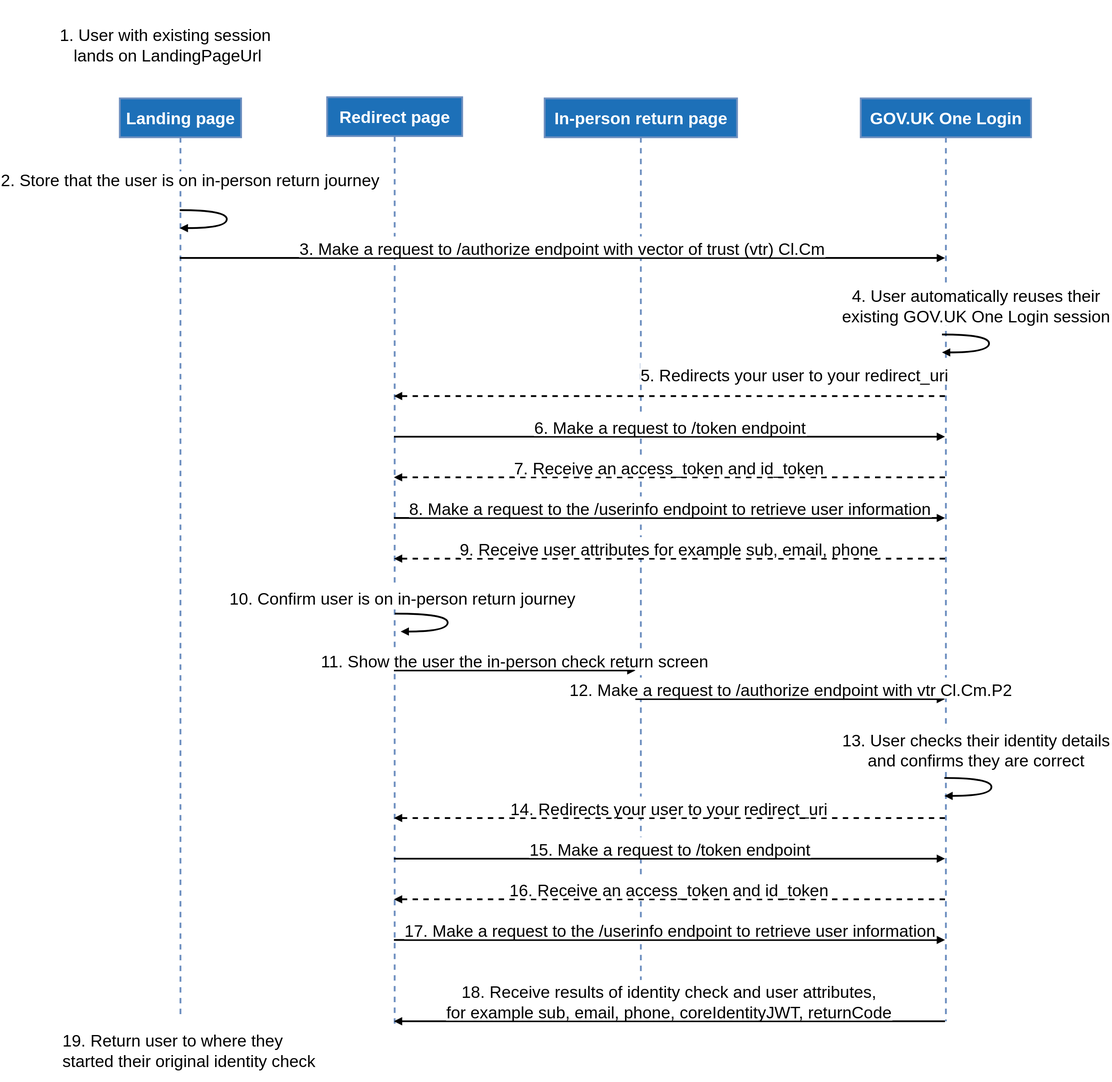
This is source/images/in-person-flow-diagram.drawio.svg from govuk-one-login/tech-docs, a draw.io export, as it was before one commit. Source tidied: cells renumbered, new cells last; positions are measured from the earlier drawing's top-left corner, leaving out a move shared by most shapes.
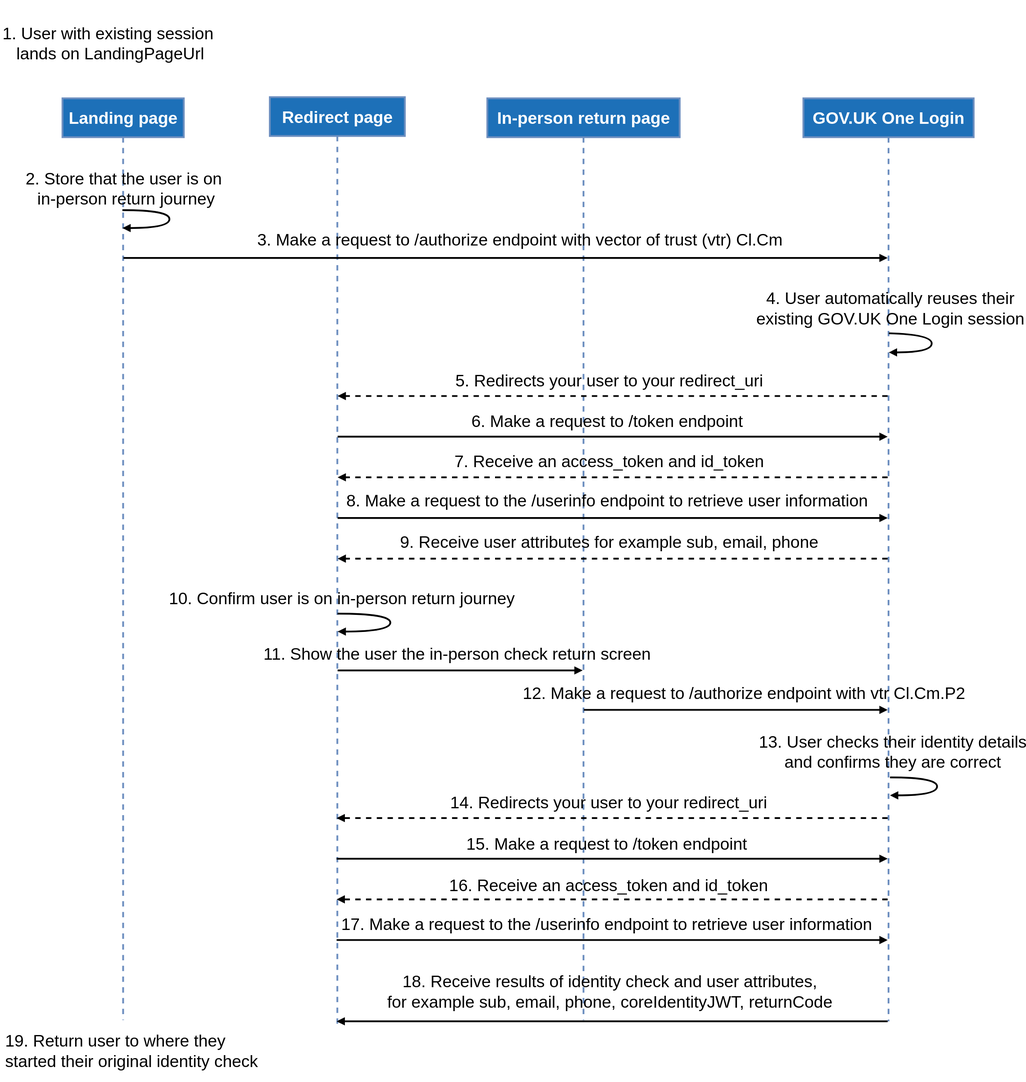
Above is the later version.

Commit message:
Update in person flow source so that when an SVG is generated it displays correctly in both dark and light modes Update in person flow to version that displays correctly in both dark and light mode.

Diff of the diagram source:
```diff
@@ -16,3 +16,3 @@
     </mxCell>
-    <mxCell id="6" style="curved=1;endArrow=block;rounded=0;fontSize=28;strokeWidth=3;" parent="1" edge="1">
+    <mxCell id="6" style="curved=1;endArrow=block;rounded=0;fontSize=28;strokeWidth=3;labelBackgroundColor=none;html=1;fontColor=light-dark(#000000,#000000);strokeColor=#000000;" parent="1" edge="1">
       <mxGeometry x="1" y="200" relative="1" as="geometry">
@@ -27,6 +27,9 @@
     </mxCell>
+    <mxCell id="29" value="&lt;span style=&quot;font-size: 28px;&quot;&gt;&lt;font style=&quot;color: rgb(0, 0, 0);&quot;&gt;2. Store that the user is on&lt;/font&gt;&lt;/span&gt;&lt;div&gt;&lt;span style=&quot;font-size: 28px;&quot;&gt;&lt;font style=&quot;color: rgb(0, 0, 0);&quot;&gt;&amp;nbsp;in-&lt;span&gt;person&lt;/span&gt; return journey&lt;/font&gt;&lt;/span&gt;&lt;/div&gt;" style="edgeLabel;html=1;align=center;verticalAlign=middle;labelBackgroundColor=none;convertToSvg=0;" parent="6" vertex="1">
+      <mxGeometry x="-0.37" relative="1" as="geometry">
+        <mxPoint x="-58" y="-37" as="offset" />
+      </mxGeometry>
+    </mxCell>
-    <mxCell id="7" value="3. Make a request to /authorize endpoint with vector of trust (vtr) Cl.Cm" style="verticalAlign=bottom;edgeStyle=elbowEdgeStyle;elbow=vertical;curved=0;rounded=0;endArrow=block;fontSize=28;strokeWidth=3;" parent="1" edge="1">
-      <mxGeometry relative="1" as="geometry">
-        <mxPoint x="301.3" y="431" as="sourcePoint" />
-        <mxPoint x="1582" y="431" as="targetPoint" />
+    <mxCell id="7" value="&lt;span&gt;3. Make a request to /authorize endpoint with vector of trust (vtr) Cl.Cm&lt;/span&gt;" style="verticalAlign=bottom;edgeStyle=elbowEdgeStyle;elbow=vertical;curved=0;rounded=0;endArrow=block;fontSize=28;strokeWidth=3;fillColor=none;labelBackgroundColor=none;html=1;convertToSvg=0;fontColor=#000000;strokeColor=#000000;" parent="1" edge="1" source="2" target="5">
+      <mxGeometry x="0.04" y="11" relative="1" as="geometry">
         <Array as="points">
@@ -36,16 +39,4 @@
     </mxCell>
-    <mxCell id="8" value="4. User automatically reuses their &#10;existing GOV.UK One Login session" style="curved=1;endArrow=block;rounded=0;fontSize=28;" parent="1" edge="1">
-      <mxGeometry x="0.01" relative="1" as="geometry">
-        <mxPoint x="1581.8" y="493" as="sourcePoint" />
-        <mxPoint x="1581.8" y="523" as="targetPoint" />
-        <Array as="points">
-          <mxPoint x="1634" y="493" />
-          <mxPoint x="1634" y="523" />
-        </Array>
-      </mxGeometry>
-    </mxCell>
-    <mxCell id="9" value="5. Redirects your user to your redirect_uri" style="verticalAlign=bottom;edgeStyle=elbowEdgeStyle;elbow=vertical;curved=0;rounded=0;endArrow=block;fontSize=28;strokeWidth=3;dashed=1;" parent="1" edge="1">
-      <mxGeometry x="-0.45" y="-20" relative="1" as="geometry">
-        <mxPoint x="1582" y="662" as="sourcePoint" />
-        <mxPoint x="659.8" y="662" as="targetPoint" />
+    <mxCell id="9" value="5. Redirects your user to your redirect_uri" style="verticalAlign=bottom;edgeStyle=elbowEdgeStyle;elbow=vertical;curved=0;rounded=0;endArrow=block;fontSize=28;strokeWidth=3;dashed=1;labelBackgroundColor=none;fontColor=#000000;strokeColor=#000000;" parent="1" edge="1" source="5" target="3">
+      <mxGeometry x="0.01" y="-11" relative="1" as="geometry">
         <Array as="points">
@@ -55,6 +46,4 @@
     </mxCell>
-    <mxCell id="10" value="6. Make a request to /token endpoint" style="verticalAlign=bottom;edgeStyle=elbowEdgeStyle;elbow=vertical;curved=0;rounded=0;endArrow=block;fontSize=28;strokeWidth=3;" parent="1" edge="1">
-      <mxGeometry relative="1" as="geometry">
-        <mxPoint x="659.8" y="730" as="sourcePoint" />
-        <mxPoint x="1582" y="730" as="targetPoint" />
+    <mxCell id="10" value="6. Make a request to /token endpoint" style="verticalAlign=bottom;edgeStyle=elbowEdgeStyle;elbow=vertical;curved=0;rounded=0;endArrow=block;fontSize=28;strokeWidth=3;labelBorderColor=none;labelBackgroundColor=none;fontColor=#000000;strokeColor=#000000;" parent="1" edge="1" source="3" target="5">
+      <mxGeometry x="-0.02" y="11" relative="1" as="geometry">
         <Array as="points">
@@ -64,6 +53,4 @@
     </mxCell>
-    <mxCell id="11" value="7. Receive an access_token and id_token" style="verticalAlign=bottom;edgeStyle=elbowEdgeStyle;elbow=vertical;curved=0;rounded=0;endArrow=block;fontSize=28;strokeWidth=3;dashed=1;" parent="1" edge="1">
-      <mxGeometry relative="1" as="geometry">
-        <mxPoint x="1582" y="798" as="sourcePoint" />
-        <mxPoint x="659.8" y="798" as="targetPoint" />
+    <mxCell id="11" value="7. Receive an access_token and id_token" style="verticalAlign=bottom;edgeStyle=elbowEdgeStyle;elbow=vertical;curved=0;rounded=0;endArrow=block;fontSize=28;strokeWidth=3;dashed=1;labelBackgroundColor=none;fontColor=#000000;strokeColor=#000000;" parent="1" edge="1" source="5" target="3">
+      <mxGeometry x="0.01" y="-12" relative="1" as="geometry">
         <Array as="points">
@@ -73,6 +60,4 @@
     </mxCell>
-    <mxCell id="12" value="8. Make a request to the /userinfo endpoint to retrieve user information" style="verticalAlign=bottom;edgeStyle=elbowEdgeStyle;elbow=horizontal;curved=0;rounded=0;endArrow=block;fontSize=28;strokeWidth=3;fontStyle=0;" parent="1" edge="1">
-      <mxGeometry relative="1" as="geometry">
-        <mxPoint x="659.8" y="866" as="sourcePoint" />
-        <mxPoint x="1582" y="866" as="targetPoint" />
+    <mxCell id="12" value="8. Make a request to the /userinfo endpoint to retrieve user information" style="verticalAlign=bottom;edgeStyle=elbowEdgeStyle;elbow=horizontal;curved=0;rounded=0;endArrow=block;fontSize=28;strokeWidth=3;fontStyle=0;labelBackgroundColor=none;fontColor=#000000;strokeColor=#000000;" parent="1" edge="1" source="3" target="5">
+      <mxGeometry x="-0.02" y="14" relative="1" as="geometry">
         <Array as="points">
@@ -82,6 +67,4 @@
     </mxCell>
-    <mxCell id="13" value="9. Receive user attributes for example sub, email, phone" style="verticalAlign=bottom;edgeStyle=elbowEdgeStyle;elbow=vertical;curved=0;rounded=0;endArrow=block;fontSize=28;strokeWidth=3;dashed=1;" parent="1" edge="1">
-      <mxGeometry relative="1" as="geometry">
-        <mxPoint x="1582" y="934" as="sourcePoint" />
-        <mxPoint x="659.8" y="934" as="targetPoint" />
+    <mxCell id="13" value="9. Receive user attributes for example sub, email, phone" style="verticalAlign=bottom;edgeStyle=elbowEdgeStyle;elbow=vertical;curved=0;rounded=0;endArrow=block;fontSize=28;strokeWidth=3;dashed=1;labelBackgroundColor=none;fontColor=#000000;strokeColor=#000000;" parent="1" edge="1" source="5" target="3">
+      <mxGeometry x="0.01" y="-13" relative="1" as="geometry">
         <Array as="points">
@@ -91,16 +74,4 @@
     </mxCell>
-    <mxCell id="14" value="10. Confirm user is on in-person return journey" style="curved=1;endArrow=block;rounded=0;fontSize=28;" parent="1" edge="1">
-      <mxGeometry relative="1" as="geometry">
-        <mxPoint x="659.8" y="982" as="sourcePoint" />
-        <mxPoint x="659.8" y="1012" as="targetPoint" />
-        <Array as="points">
-          <mxPoint x="674" y="982" />
-          <mxPoint x="674" y="1012" />
-        </Array>
-      </mxGeometry>
-    </mxCell>
-    <mxCell id="15" value="11. Show the user the in-person check return screen" style="verticalAlign=bottom;edgeStyle=elbowEdgeStyle;elbow=vertical;curved=0;rounded=0;endArrow=block;fontSize=28;strokeWidth=3;" parent="1" edge="1">
-      <mxGeometry relative="1" as="geometry">
-        <mxPoint x="659.8" y="1121" as="sourcePoint" />
-        <mxPoint x="1064" y="1121" as="targetPoint" />
+    <mxCell id="15" value="11. Show the user the in-person check return screen" style="verticalAlign=bottom;edgeStyle=elbowEdgeStyle;elbow=vertical;curved=0;rounded=0;endArrow=block;fontSize=28;strokeWidth=3;labelBackgroundColor=none;fontColor=#000000;strokeColor=#000000;" parent="1" edge="1" source="3" target="4">
+      <mxGeometry x="-0.02" y="13" relative="1" as="geometry">
         <Array as="points">
@@ -110,23 +81,14 @@
     </mxCell>
-    <mxCell id="16" value="12. Make a request to /authorize endpoint with vtr Cl.Cm.P2" style="verticalAlign=bottom;edgeStyle=elbowEdgeStyle;elbow=vertical;curved=0;rounded=0;endArrow=block;fontSize=28;strokeWidth=3;" parent="1" edge="1">
-      <mxGeometry relative="1" as="geometry">
-        <mxPoint x="1063.8" y="1169" as="sourcePoint" />
-        <mxPoint x="1582" y="1169" as="targetPoint" />
+    <mxCell id="16" value="12. Make a request to /authorize endpoint with vtr Cl.Cm.P2" style="verticalAlign=bottom;edgeStyle=elbowEdgeStyle;elbow=vertical;curved=0;rounded=0;endArrow=block;fontSize=28;strokeWidth=3;labelBackgroundColor=none;fontColor=#000000;strokeColor=#000000;" parent="1" edge="1">
+      <mxGeometry x="0.05" y="13" relative="1" as="geometry">
+        <mxPoint x="1073.5" y="1187" as="sourcePoint" />
+        <mxPoint x="1582" y="1187" as="targetPoint" />
         <Array as="points">
-          <mxPoint x="1335" y="1169" />
+          <mxPoint x="1344" y="1187" />
         </Array>
+        <mxPoint x="1" as="offset" />
       </mxGeometry>
     </mxCell>
-    <mxCell id="17" value="13. User checks their identity details&#10; and confirms they are correct" style="curved=1;endArrow=block;rounded=0;fontSize=28;strokeWidth=3;" parent="1" edge="1">
-      <mxGeometry relative="1" as="geometry">
-        <mxPoint x="1581.8" y="1236" as="sourcePoint" />
-        <mxPoint x="1581.8" y="1266" as="targetPoint" />
-        <Array as="points">
-          <mxPoint x="1634" y="1236" />
-          <mxPoint x="1634" y="1266" />
-        </Array>
-      </mxGeometry>
-    </mxCell>
-    <mxCell id="18" value="14. Redirects your user to your redirect_uri" style="verticalAlign=bottom;edgeStyle=elbowEdgeStyle;elbow=vertical;curved=0;rounded=0;endArrow=block;fontSize=28;strokeWidth=3;dashed=1;" parent="1" edge="1">
-      <mxGeometry relative="1" as="geometry">
+    <mxCell id="18" value="14. Redirects your user to your redirect_uri" style="verticalAlign=bottom;edgeStyle=elbowEdgeStyle;elbow=vertical;curved=0;rounded=0;endArrow=block;fontSize=28;strokeWidth=3;dashed=1;labelBackgroundColor=none;strokeColor=#000000;fontColor=#000000;" parent="1" edge="1">
+      <mxGeometry x="0.01" y="-11" relative="1" as="geometry">
         <mxPoint x="1582" y="1368" as="sourcePoint" />
@@ -138,4 +100,4 @@
     </mxCell>
-    <mxCell id="19" value="15. Make a request to /token endpoint" style="verticalAlign=bottom;edgeStyle=elbowEdgeStyle;elbow=vertical;curved=0;rounded=0;endArrow=block;fontSize=28;strokeWidth=3;" parent="1" edge="1">
-      <mxGeometry relative="1" as="geometry">
+    <mxCell id="19" value="15. Make a request to /token endpoint" style="verticalAlign=bottom;edgeStyle=elbowEdgeStyle;elbow=vertical;curved=0;rounded=0;endArrow=block;fontSize=28;strokeWidth=3;labelBackgroundColor=none;fontColor=#000000;strokeColor=#000000;" parent="1" edge="1">
+      <mxGeometry x="-0.02" y="10" relative="1" as="geometry">
         <mxPoint x="659.8" y="1436" as="sourcePoint" />
@@ -147,4 +109,4 @@
     </mxCell>
-    <mxCell id="20" value="16. Receive an access_token and id_token" style="verticalAlign=bottom;edgeStyle=elbowEdgeStyle;elbow=vertical;curved=0;rounded=0;endArrow=block;fontSize=28;strokeWidth=3;dashed=1;" parent="1" edge="1">
-      <mxGeometry relative="1" as="geometry">
+    <mxCell id="20" value="16. Receive an access_token and id_token" style="verticalAlign=bottom;edgeStyle=elbowEdgeStyle;elbow=vertical;curved=0;rounded=0;endArrow=block;fontSize=28;strokeWidth=3;dashed=1;labelBackgroundColor=none;strokeColor=#000000;fontColor=#000000;" parent="1" edge="1">
+      <mxGeometry x="0.01" y="-9" relative="1" as="geometry">
         <mxPoint x="1582" y="1504" as="sourcePoint" />
@@ -156,4 +118,4 @@
     </mxCell>
-    <mxCell id="21" value="17. Make a request to the /userinfo endpoint to retrieve user information" style="verticalAlign=bottom;edgeStyle=elbowEdgeStyle;elbow=vertical;curved=0;rounded=0;endArrow=block;fontSize=28;strokeWidth=3;" parent="1" edge="1">
-      <mxGeometry relative="1" as="geometry">
+    <mxCell id="21" value="17. Make a request to the /userinfo endpoint to retrieve user information" style="verticalAlign=bottom;edgeStyle=elbowEdgeStyle;elbow=vertical;curved=0;rounded=0;endArrow=block;fontSize=28;strokeWidth=3;labelBackgroundColor=none;fontColor=#000000;strokeColor=#000000;" parent="1" edge="1">
+      <mxGeometry x="-0.02" y="12" relative="1" as="geometry">
         <mxPoint x="659.8" y="1572" as="sourcePoint" />
@@ -165,4 +127,4 @@
     </mxCell>
-    <mxCell id="22" value="18. Receive results of identity check and user attributes,&#10; for example sub, email, phone, coreIdentityJWT, returnCode" style="verticalAlign=bottom;edgeStyle=elbowEdgeStyle;elbow=vertical;curved=0;rounded=0;endArrow=block;fontSize=28;strokeWidth=3;" parent="1" edge="1">
-      <mxGeometry relative="1" as="geometry">
+    <mxCell id="22" value="18. Receive results of identity check and user attributes,&#10; for example sub, email, phone, coreIdentityJWT, returnCode" style="verticalAlign=bottom;edgeStyle=elbowEdgeStyle;elbow=vertical;curved=0;rounded=0;endArrow=block;fontSize=28;strokeWidth=3;labelBackgroundColor=none;strokeColor=#000000;fontColor=#000000;" parent="1" edge="1">
+      <mxGeometry x="0.01" y="-18" relative="1" as="geometry">
         <mxPoint x="1582" y="1708" as="sourcePoint" />
@@ -174,15 +136,12 @@
     </mxCell>
-    <mxCell id="23" value="1. User with existing session &#10;lands on LandingPageUrl" style="fillColor=#FFFFFF;strokeColor=none;fontSize=28;" parent="1" vertex="1">
+    <mxCell id="23" value="1. User with existing session&amp;nbsp;&lt;br&gt;lands on LandingPageUrl" style="fillColor=none;strokeColor=none;fontSize=28;fontColor=#000000;labelBackgroundColor=none;html=1;whiteSpace=wrap;" parent="1" vertex="1">
       <mxGeometry x="97" width="368" height="144" as="geometry" />
     </mxCell>
-    <mxCell id="24" value="19. Return user to where they &#10;started their original identity check" style="fillColor=#FFFFFF;strokeColor=none;fontSize=28;align=left;" parent="1" vertex="1">
+    <mxCell id="24" value="19. Return user to where they &#10;started their original identity check" style="fillColor=none;strokeColor=none;fontSize=28;align=left;fontColor=#000000;" parent="1" vertex="1">
       <mxGeometry x="103" y="1699" width="497" height="111" as="geometry" />
     </mxCell>
-    <mxCell id="25" value="&lt;span style=&quot;color: rgb(0, 0, 0); font-family: Helvetica; font-size: 28px; font-style: normal; font-variant-ligatures: normal; font-variant-caps: normal; font-weight: 400; letter-spacing: normal; orphans: 2; text-align: center; text-indent: 0px; text-transform: none; widows: 2; word-spacing: 0px; -webkit-text-stroke-width: 0px; white-space: nowrap; background-color: rgb(255, 255, 255); text-decoration-thickness: initial; text-decoration-style: initial; text-decoration-color: initial; display: inline !important; float: none;&quot;&gt;2. Store that the user is on in-person return journey&lt;/span&gt;" style="text;whiteSpace=wrap;html=1;" parent="1" vertex="1">
-      <mxGeometry y="278" width="550" height="56" as="geometry" />
-    </mxCell>
-    <mxCell id="26" style="curved=1;endArrow=block;rounded=0;fontSize=28;strokeWidth=3;" parent="1" edge="1">
+    <mxCell id="26" style="curved=1;endArrow=block;rounded=0;fontSize=28;strokeWidth=3;strokeColor=#000000;" parent="1" edge="1">
       <mxGeometry x="1" y="200" relative="1" as="geometry">
-        <mxPoint x="1577" y="559" as="sourcePoint" />
-        <mxPoint x="1577" y="589" as="targetPoint" />
+        <mxPoint x="1584" y="557" as="sourcePoint" />
+        <mxPoint x="1584" y="589" as="targetPoint" />
         <Array as="points">
@@ -194,6 +153,10 @@
     </mxCell>
+    <mxCell id="8" value="&lt;font style=&quot;color: rgb(0, 0, 0);&quot;&gt;&lt;span style=&quot;font-size: 28px;&quot;&gt;4. User automatically reuses their&lt;/span&gt;&lt;br style=&quot;padding: 0px; margin: 0px; font-size: 28px;&quot;&gt;&lt;span style=&quot;font-size: 28px;&quot;&gt;existing GOV.UK One Login session&lt;/span&gt;&lt;/font&gt;" style="edgeLabel;html=1;align=center;verticalAlign=middle;labelBackgroundColor=none;" parent="26" vertex="1">
+      <mxGeometry x="-0.33" y="-7" relative="1" as="geometry">
+        <mxPoint x="-56" y="-51" as="offset" />
+      </mxGeometry>
+    </mxCell>
-    <mxCell id="27" style="curved=1;endArrow=block;rounded=0;fontSize=28;strokeWidth=3;" parent="1" edge="1">
+    <mxCell id="27" style="curved=1;endArrow=block;rounded=0;fontSize=28;strokeWidth=3;labelBackgroundColor=none;strokeColor=#000000;" parent="1" edge="1" target="3">
       <mxGeometry x="1" y="200" relative="1" as="geometry">
         <mxPoint x="661.3" y="1026" as="sourcePoint" />
-        <mxPoint x="671" y="1056" as="targetPoint" />
         <Array as="points">
@@ -205,9 +168,14 @@
     </mxCell>
+    <mxCell id="14" value="&lt;span style=&quot;font-size: 28px;&quot;&gt;&lt;font style=&quot;color: rgb(0, 0, 0);&quot;&gt;10. Confirm user is on in-person return journey&lt;/font&gt;&lt;/span&gt;" style="edgeLabel;html=1;align=center;verticalAlign=middle;labelBackgroundColor=none;" parent="27" vertex="1">
+      <mxGeometry x="-0.29" y="-7" relative="1" as="geometry">
+        <mxPoint x="-67" y="-34" as="offset" />
+      </mxGeometry>
+    </mxCell>
-    <mxCell id="28" style="curved=1;endArrow=block;rounded=0;fontSize=28;strokeWidth=3;" parent="1" edge="1">
+    <mxCell id="28" style="curved=1;endArrow=block;rounded=0;fontSize=28;strokeWidth=3;labelBackgroundColor=none;strokeColor=#000000;" parent="1" edge="1">
       <mxGeometry x="1" y="200" relative="1" as="geometry">
-        <mxPoint x="1581" y="1301" as="sourcePoint" />
-        <mxPoint x="1581" y="1331" as="targetPoint" />
+        <mxPoint x="1586" y="1300" as="sourcePoint" />
+        <mxPoint x="1586" y="1330" as="targetPoint" />
         <Array as="points">
-          <mxPoint x="1659.7" y="1301" />
-          <mxPoint x="1659.7" y="1331" />
+          <mxPoint x="1664.7" y="1300" />
+          <mxPoint x="1664.7" y="1330" />
         </Array>
@@ -216,2 +184,7 @@
     </mxCell>
+    <mxCell id="17" value="&lt;span style=&quot;font-size: 28px;&quot;&gt;13. User checks their identity details&lt;/span&gt;&lt;br style=&quot;padding: 0px; margin: 0px; font-size: 28px;&quot;&gt;&lt;span style=&quot;font-size: 28px;&quot;&gt;and confirms they are correct&lt;/span&gt;" style="edgeLabel;html=1;align=center;verticalAlign=middle;labelBackgroundColor=none;fontColor=#000000;" parent="28" vertex="1">
+      <mxGeometry x="-0.32" y="-5" relative="1" as="geometry">
+        <mxPoint x="-61" y="-49" as="offset" />
+      </mxGeometry>
+    </mxCell>
   </root>
```
